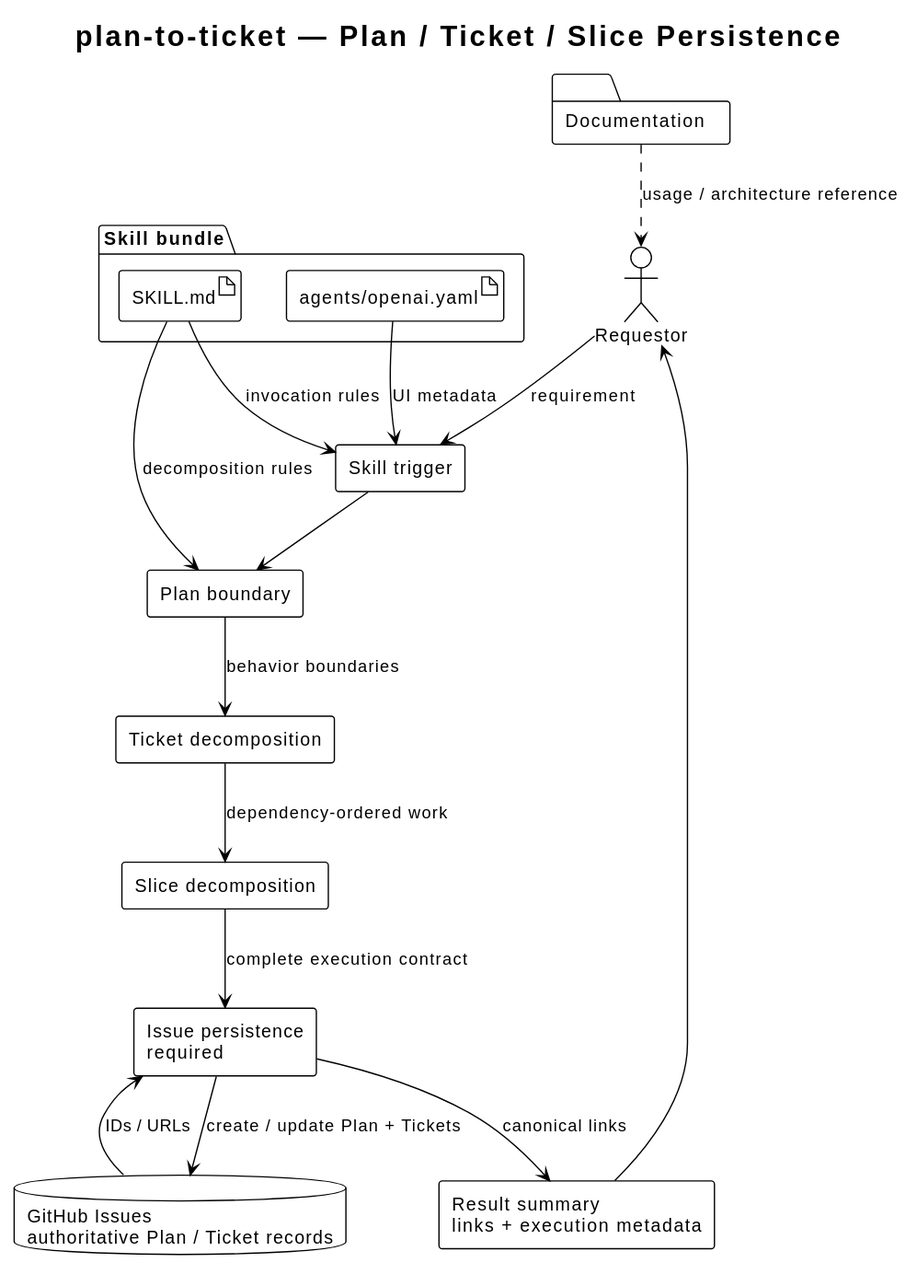
This is docs/skills/plan-to-ticket/diagrams/plan-to-ticket-architecture.svg from i-zrhe2016/codex-development-workflow, a PlantUML export, as it was before one commit.
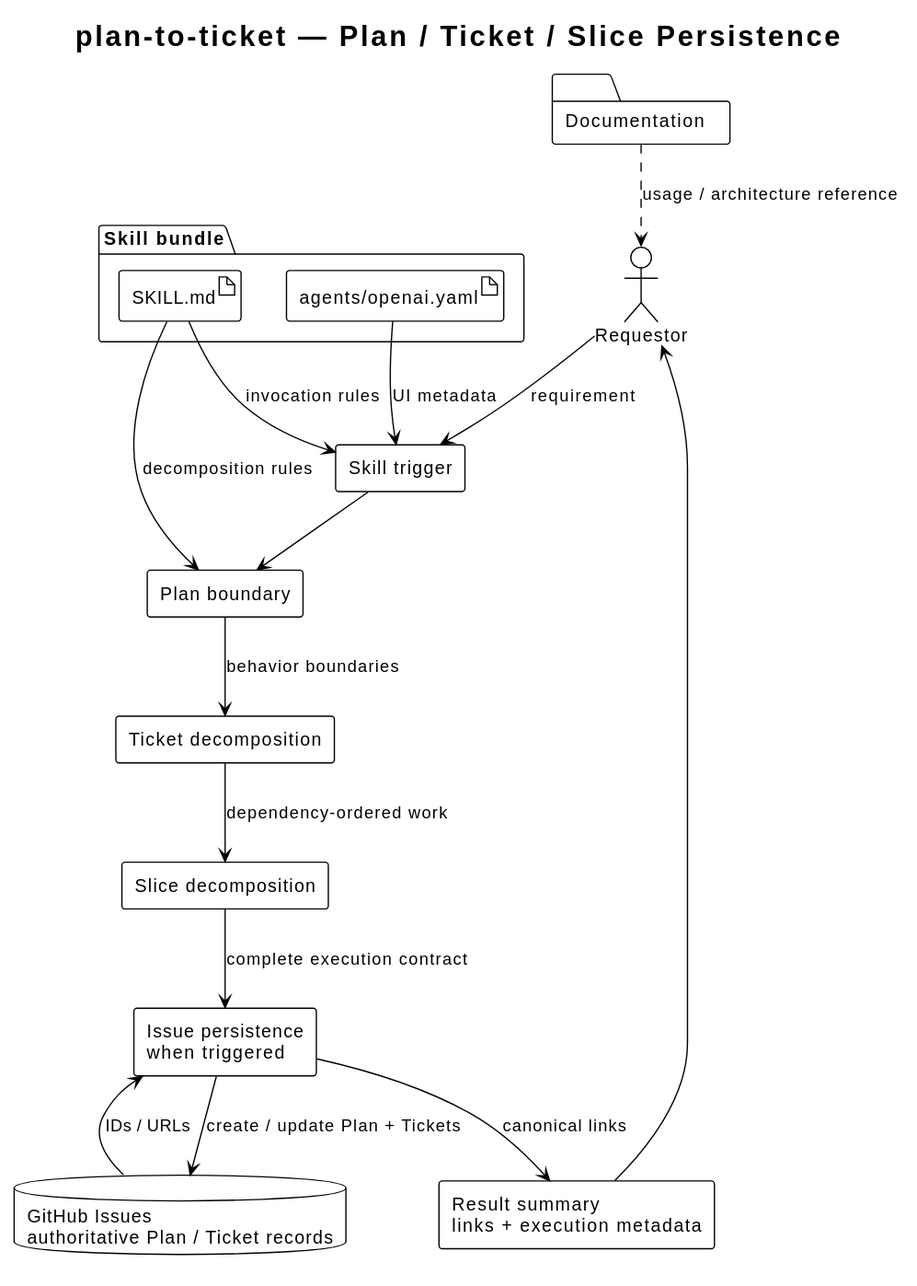
The same diagram one commit later.

Diff of the diagram source:
```diff
@@ -12,7 +12,7 @@
 component "Plan boundary" as plan
 component "Ticket decomposition" as tickets
 component "Slice decomposition" as slices
-component "Issue persistence\nrequired" as persistence
+component "Issue persistence\nwhen triggered" as persistence
 database "GitHub Issues\nauthoritative Plan / Ticket records" as issues
 component "Result summary\nlinks + execution metadata" as output
 
```
